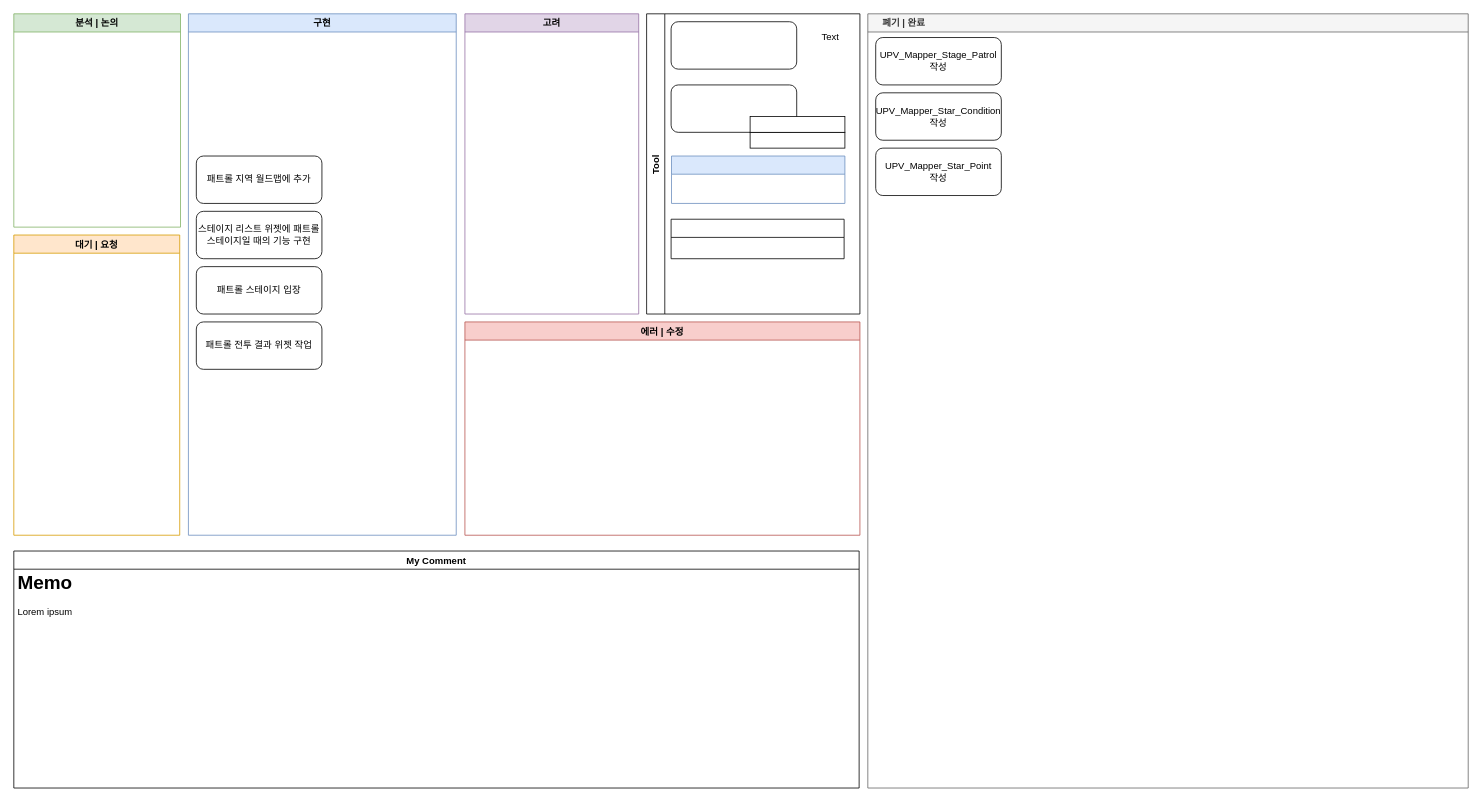
Endorr/Job-Board keeps this draw.io diagram as 반복 스테이지 진행상황.drawio. Above is the earlier version. Source tidied: cells renumbered, new cells numbered last; positions are measured from the earlier drawing's top-left corner, leaving out a move shared by most shapes. Both pictures are drawn from the tidied source at 79%, with x=0, y=0 at pixel (13, 13).
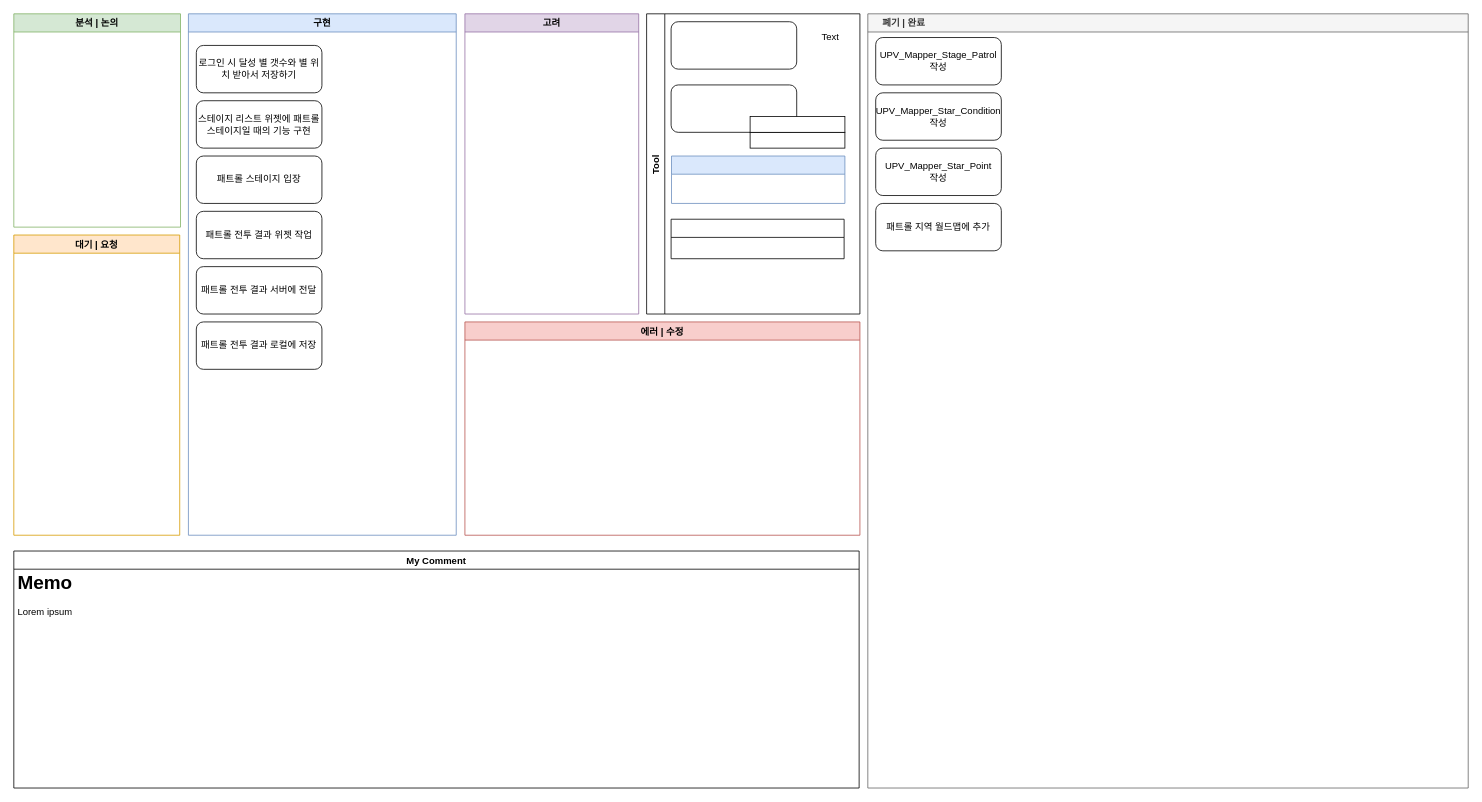
Above is the later version.

Commit message:
Update 반복 스테이지 진행상황.drawio

Unchanged cells that the change refers to:
```xml
<mxCell id="2" value="구현" style="swimlane;fillColor=#dae8fc;strokeColor=#6c8ebf;" parent="1" vertex="1">
  <mxGeometry x="221" width="339" height="660" as="geometry" />
</mxCell>
<mxCell id="11" value="     폐기 | 완료" style="swimlane;strokeColor=#666666;fillColor=#f5f5f5;fontColor=#333333;align=left;" parent="1" vertex="1">
  <mxGeometry x="1081" width="760" height="980" as="geometry" />
</mxCell>
```

Change to the diagram source:
```diff
@@
-    <mxCell id="3" value="패트롤 지역 월드맵에 추가" style="rounded=1;whiteSpace=wrap;html=1;" parent="2" vertex="1">
-      <mxGeometry x="10" y="180" width="159" height="60" as="geometry" />
-    </mxCell>
     <mxCell id="4" value="패트롤 스테이지 입장" style="rounded=1;whiteSpace=wrap;html=1;" parent="2" vertex="1">
-      <mxGeometry x="10" y="320" width="159" height="60" as="geometry" />
+      <mxGeometry x="10" y="180" width="159" height="60" as="geometry" />
     </mxCell>
     <mxCell id="5" value="스테이지 리스트 위젯에 패트롤 스테이지일 때의 기능 구현" style="rounded=1;whiteSpace=wrap;html=1;" parent="2" vertex="1">
-      <mxGeometry x="10" y="250" width="159" height="60" as="geometry" />
+      <mxGeometry x="10" y="110" width="159" height="60" as="geometry" />
     </mxCell>
     <mxCell id="6" value="패트롤 전투 결과 위젯 작업" style="rounded=1;whiteSpace=wrap;html=1;" parent="2" vertex="1">
-      <mxGeometry x="10" y="390" width="159" height="60" as="geometry" />
+      <mxGeometry x="10" y="250" width="159" height="60" as="geometry" />
     </mxCell>
+    <mxCell id="26" value="로그인 시 달성 별 갯수와 별 위치 받아서 저장하기" style="rounded=1;whiteSpace=wrap;html=1;" parent="2" vertex="1">
+      <mxGeometry x="10" y="40" width="159" height="60" as="geometry" />
+    </mxCell>
+    <mxCell id="27" value="패트롤 전투 결과 서버에 전달" style="rounded=1;whiteSpace=wrap;html=1;" parent="2" vertex="1">
+      <mxGeometry x="10" y="320" width="159" height="60" as="geometry" />
+    </mxCell>
+    <mxCell id="28" value="패트롤 전투 결과 로컬에 저장" style="rounded=1;whiteSpace=wrap;html=1;" parent="2" vertex="1">
+      <mxGeometry x="10" y="390" width="159" height="60" as="geometry" />
+    </mxCell>
@@
+    <mxCell id="3" value="패트롤 지역 월드맵에 추가" style="rounded=1;whiteSpace=wrap;html=1;" parent="11" vertex="1">
+      <mxGeometry x="10" y="240" width="159" height="60" as="geometry" />
+    </mxCell>
```
